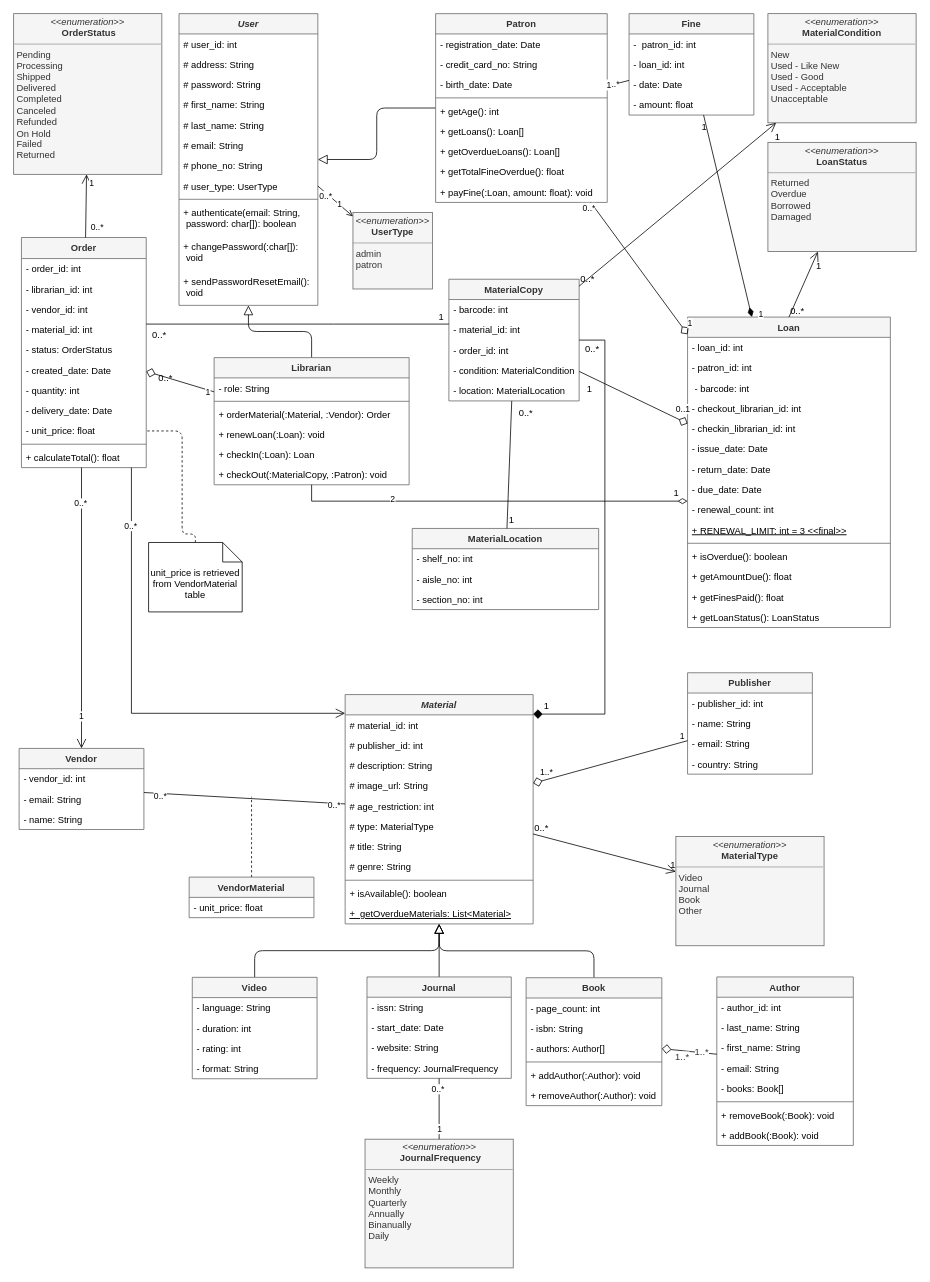
Earlier version of the draw.io diagram docs/assets/uml-class-diagram.drawio (creme332/biblionex). Source tidied: cells renumbered, new cells numbered last; positions are measured from the earlier drawing's top-left corner, leaving out a move shared by most shapes. Both pictures are drawn from the tidied source at 78%, with x=0, y=0 at pixel (13, 13).
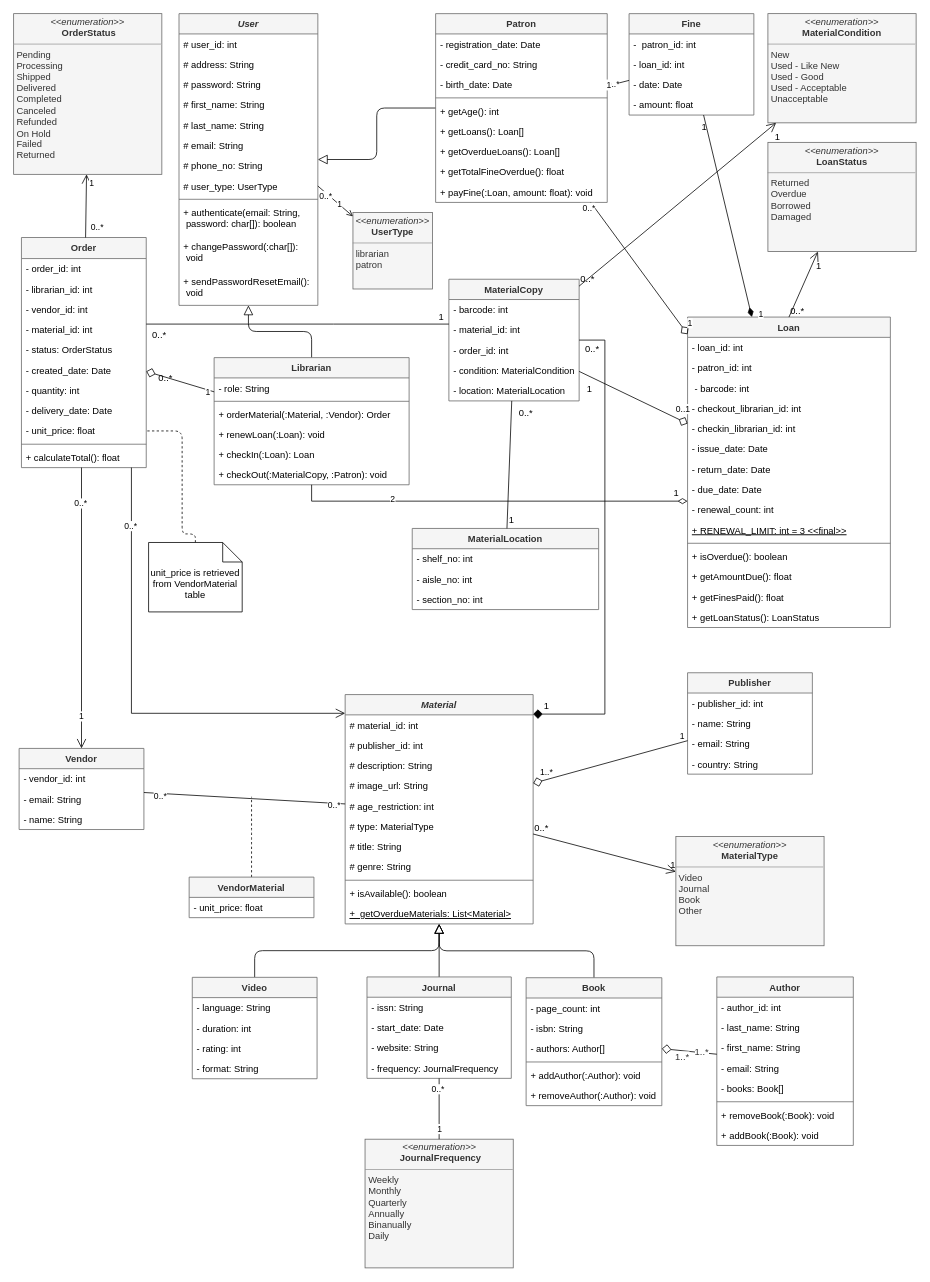
Above is the later version.

Commit message:
replace admin user type with librarian

The edit, as a diff of the source:
```diff
@@
-    <mxCell id="189" value="&lt;p style=&quot;margin:0px;margin-top:4px;text-align:center;&quot;&gt;&lt;i&gt;&amp;lt;&amp;lt;enumeration&amp;gt;&amp;gt;&lt;/i&gt;&lt;br&gt;&lt;b&gt;UserType&lt;/b&gt;&lt;/p&gt;&lt;hr size=&quot;1&quot;&gt;&lt;p style=&quot;margin:0px;margin-left:4px;&quot;&gt;&lt;span style=&quot;background-color: initial;&quot;&gt;admin&lt;/span&gt;&lt;/p&gt;&lt;p style=&quot;margin:0px;margin-left:4px;&quot;&gt;&lt;span style=&quot;background-color: initial;&quot;&gt;patron&lt;/span&gt;&lt;/p&gt;&lt;p style=&quot;margin:0px;margin-left:4px;&quot;&gt;&lt;br&gt;&lt;/p&gt;" style="verticalAlign=top;align=left;overflow=fill;fontSize=12;fontFamily=Helvetica;html=1;strokeColor=#666666;fontColor=#333333;startSize=26;fillColor=#f5f5f5;" parent="1" vertex="1">
+    <mxCell id="189" value="&lt;p style=&quot;margin:0px;margin-top:4px;text-align:center;&quot;&gt;&lt;i&gt;&amp;lt;&amp;lt;enumeration&amp;gt;&amp;gt;&lt;/i&gt;&lt;br&gt;&lt;b&gt;UserType&lt;/b&gt;&lt;/p&gt;&lt;hr size=&quot;1&quot;&gt;&lt;p style=&quot;margin:0px;margin-left:4px;&quot;&gt;&lt;span style=&quot;background-color: initial;&quot;&gt;librarian&lt;/span&gt;&lt;/p&gt;&lt;p style=&quot;margin:0px;margin-left:4px;&quot;&gt;&lt;span style=&quot;background-color: initial;&quot;&gt;patron&lt;/span&gt;&lt;/p&gt;&lt;p style=&quot;margin:0px;margin-left:4px;&quot;&gt;&lt;br&gt;&lt;/p&gt;" style="verticalAlign=top;align=left;overflow=fill;fontSize=12;fontFamily=Helvetica;html=1;strokeColor=#666666;fontColor=#333333;startSize=26;fillColor=#f5f5f5;" parent="1" vertex="1">
       <mxGeometry x="435" y="255" width="102" height="98" as="geometry" />
     </mxCell>
```
